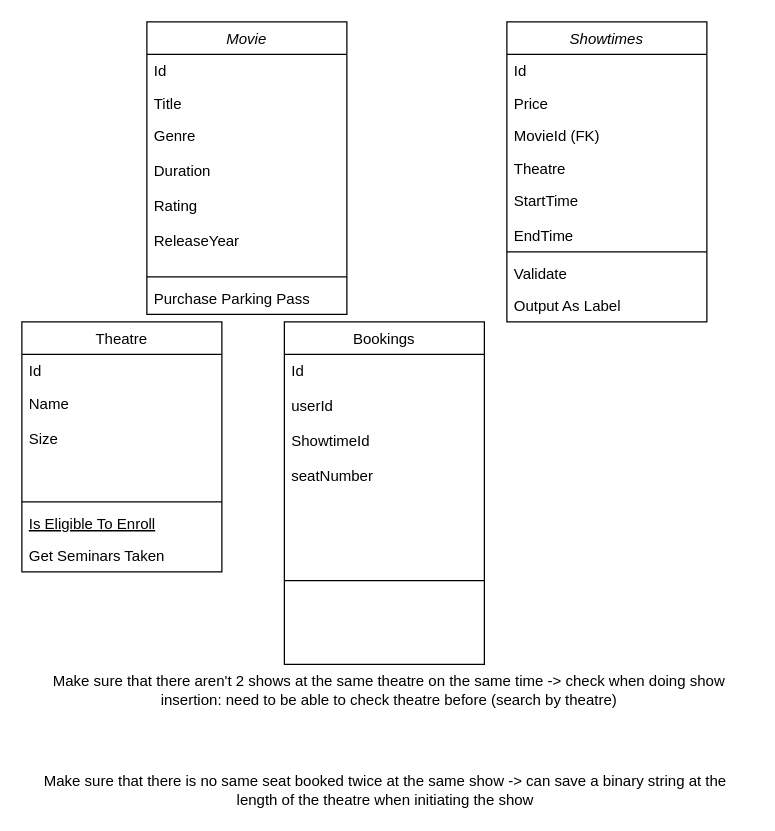
Above: popcorn-palace/schema.drawio in pazbenitzhak/popcorn_palace (draw.io), before the change. Source tidied: cells renumbered, new cells numbered last; positions are measured from the earlier drawing's top-left corner, leaving out a move shared by most shapes. Both pictures are drawn from the tidied source at 125%, with x=0, y=0 at pixel (21, 21).
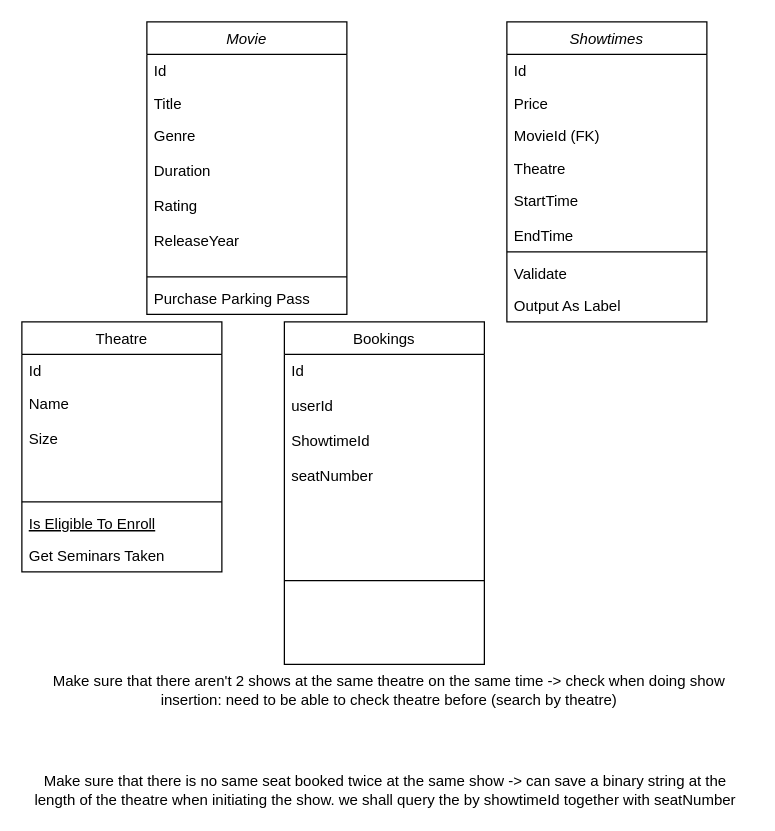
The same diagram, later.

What changed in the source:
```diff
@@
-    <mxCell id="27" value="Make sure that there is no same seat booked twice at the same show -&amp;gt; can save a binary string at the length of the theatre when initiating the show" style="text;html=1;align=center;verticalAlign=middle;whiteSpace=wrap;rounded=0;" parent="1" vertex="1">
+    <mxCell id="27" value="Make sure that there is no same seat booked twice at the same show -&amp;gt; can save a binary string at the length of the theatre when initiating the show. we shall query the by showtimeId together with seatNumber" style="text;html=1;align=center;verticalAlign=middle;whiteSpace=wrap;rounded=0;" parent="1" vertex="1">
       <mxGeometry y="600" width="582" height="30" as="geometry" />
     </mxCell>
```
